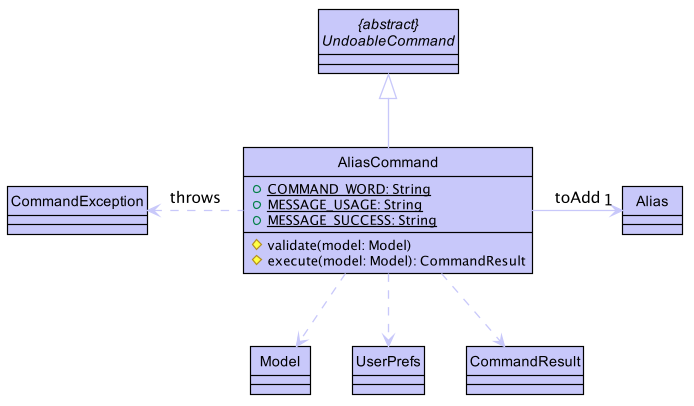
Earlier version of the PlantUML export docs/images/AliasCommandClassDiagram.png (nus-cs2103-AY1920S1/addressbook-level3).
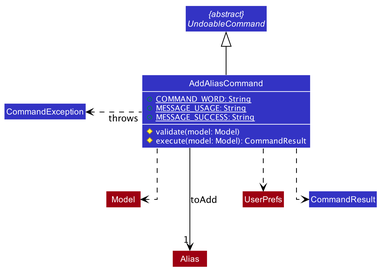
Later version of the same file.

Diff of the diagram source:
```diff
@@ -49,27 +49,33 @@
 hide circle
 
 skinparam arrowThickness 1.1
-skinparam arrowColor #C8C8FA
-skinparam classBackgroundColor #C8C8FA
-skinparam classBorderColor Black
-skinparam classFontColor Black
-show members
+skinparam arrowColor black
+skinparam classBackgroundColor #3333C4
+skinparam classBorderColor white
+skinparam classFontColor white
+skinparam classFontColor white
+skinparam linetype ortho
+skinparam classAttributeFontColor white
 
-class AliasCommand {
+class Model #9D0012
+class Alias #9D0012
+class UserPrefs #9D0012
+
+class AddAliasCommand {
 +{static} COMMAND_WORD: String
 +{static} MESSAGE_USAGE: String
 +{static} MESSAGE_SUCCESS: String
 #validate(model: Model)
 #execute(model: Model): CommandResult
 }
-
+show AddAliasCommand members
 abstract class "{abstract}\nUndoableCommand"
 
-AliasCommand -up-|> "{abstract}\nUndoableCommand"
-AliasCommand -right-> "1" Alias: toAdd
-AliasCommand ..> Model
-AliasCommand ..> UserPrefs
-AliasCommand ..> CommandResult
-AliasCommand .left.> CommandException: throws
+AddAliasCommand -up-|> "{abstract}\nUndoableCommand"
+AddAliasCommand ---> "1" Alias: toAdd
+AddAliasCommand ..> Model
+AddAliasCommand ..> UserPrefs
+AddAliasCommand ..> CommandResult
+AddAliasCommand .left.> CommandException: throws
 
 @enduml
```
